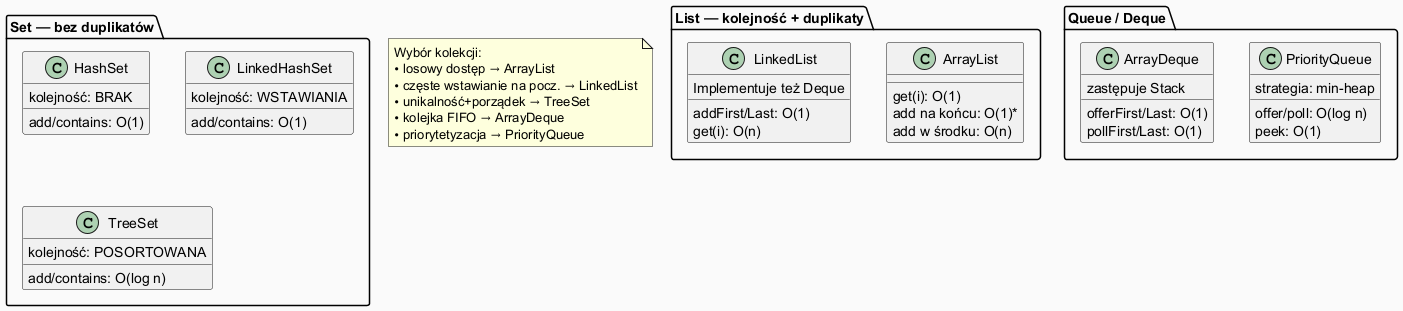
The PlantUML diagram 02_OOP/src/_05_kolekcje/_02_typy_kolekcji/diagrams/collection_types.png in tborzyszkowski/oop-concepts-java, before a commit.
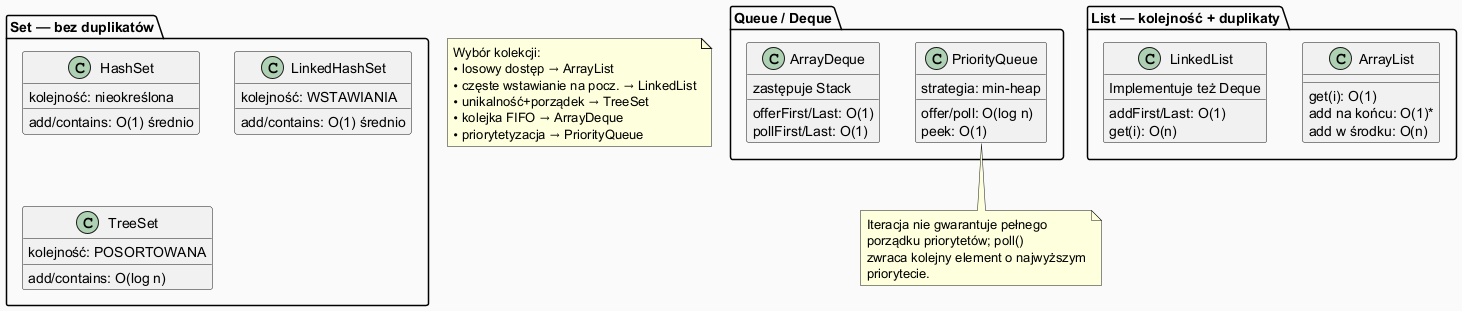
The same file after the commit.

Diff of the diagram source:
```diff
@@ -17,11 +17,11 @@
 
 package "Set — bez duplikatów" {
   class HashSet {
-    add/contains: O(1)
-    kolejność: BRAK
+    add/contains: O(1) średnio
+    kolejność: nieokreślona
   }
   class LinkedHashSet {
-    add/contains: O(1)
+    add/contains: O(1) średnio
     kolejność: WSTAWIANIA
   }
   class TreeSet {
@@ -44,5 +44,11 @@
 }
 
 note "Wybór kolekcji:\n• losowy dostęp → ArrayList\n• częste wstawianie na pocz. → LinkedList\n• unikalność+porządek → TreeSet\n• kolejka FIFO → ArrayDeque\n• priorytetyzacja → PriorityQueue" as N1
+note bottom of PriorityQueue
+  Iteracja nie gwarantuje pełnego
+  porządku priorytetów; poll()
+  zwraca kolejny element o najwyższym
+  priorytecie.
+end note
 
 @enduml
```
